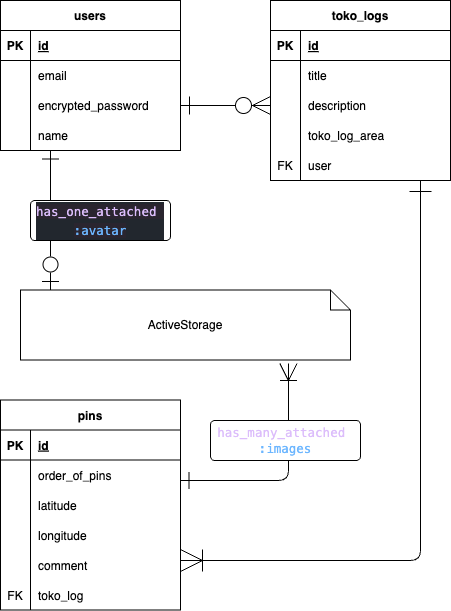
Earlier version of the draw.io export ER.drawio.png (peppei20240408/toko-toko-log). Source tidied: cells renumbered, new cells last; positions are measured from the earlier drawing's top-left corner, leaving out a move shared by most shapes. The source it was exported from:
```xml
<mxGraphModel>
  <root>
    <mxCell id="0" />
    <mxCell id="1" parent="0" />
    <mxCell id="2" value="users" style="shape=table;startSize=30;rowLines=0;fontStyle=1;align=center;" parent="1" vertex="1">
      <mxGeometry width="180" height="150" as="geometry" />
    </mxCell>
    <mxCell id="3" style="shape=tableRow;horizontal=0;startSize=0;swimlaneHead=0;swimlaneBody=0;fillColor=none;top=0;left=0;right=0;bottom=1;" parent="2" vertex="1">
      <mxGeometry y="30" width="180" height="30" as="geometry" />
    </mxCell>
    <mxCell id="4" value="PK" style="shape=partialRectangle;fillColor=none;top=0;left=0;bottom=0;right=0;fontStyle=1;overflow=hidden;" parent="3" vertex="1">
      <mxGeometry width="30" height="30" as="geometry" />
    </mxCell>
    <mxCell id="5" value="id" style="shape=partialRectangle;fillColor=none;top=0;left=0;bottom=0;right=0;align=left;spacingLeft=6;fontStyle=5;overflow=hidden;" parent="3" vertex="1">
      <mxGeometry x="30" width="150" height="30" as="geometry" />
    </mxCell>
    <mxCell id="6" style="shape=tableRow;horizontal=0;startSize=0;swimlaneHead=0;swimlaneBody=0;fillColor=none;top=0;left=0;right=0;bottom=0;" parent="2" vertex="1">
      <mxGeometry y="60" width="180" height="30" as="geometry" />
    </mxCell>
    <mxCell id="7" style="shape=partialRectangle;fillColor=none;top=0;left=0;bottom=0;right=0;overflow=hidden;" parent="6" vertex="1">
      <mxGeometry width="30" height="30" as="geometry" />
    </mxCell>
    <mxCell id="8" value="email" style="shape=partialRectangle;fillColor=none;top=0;left=0;bottom=0;right=0;align=left;spacingLeft=6;overflow=hidden;" parent="6" vertex="1">
      <mxGeometry x="30" width="150" height="30" as="geometry" />
    </mxCell>
    <mxCell id="9" style="shape=tableRow;horizontal=0;startSize=0;swimlaneHead=0;swimlaneBody=0;fillColor=none;points=[[0,0.5],[1,0.5]];portConstraint=eastwest;top=0;left=0;right=0;bottom=0;" parent="2" vertex="1">
      <mxGeometry y="90" width="180" height="30" as="geometry" />
    </mxCell>
    <mxCell id="10" style="shape=partialRectangle;fillColor=none;top=0;left=0;bottom=0;right=0;overflow=hidden;" parent="9" vertex="1">
      <mxGeometry width="30" height="30" as="geometry" />
    </mxCell>
    <mxCell id="11" value="encrypted_password" style="shape=partialRectangle;fillColor=none;top=0;left=0;bottom=0;right=0;align=left;spacingLeft=6;overflow=hidden;" parent="9" vertex="1">
      <mxGeometry x="30" width="150" height="30" as="geometry" />
    </mxCell>
    <mxCell id="12" style="shape=tableRow;horizontal=0;startSize=0;swimlaneHead=0;swimlaneBody=0;fillColor=none;top=0;left=0;right=0;bottom=0;" parent="2" vertex="1">
      <mxGeometry y="120" width="180" height="30" as="geometry" />
    </mxCell>
    <mxCell id="13" style="shape=partialRectangle;fillColor=none;top=0;left=0;bottom=0;right=0;overflow=hidden;" parent="12" vertex="1">
      <mxGeometry width="30" height="30" as="geometry" />
    </mxCell>
    <mxCell id="14" value="name" style="shape=partialRectangle;fillColor=none;top=0;left=0;bottom=0;right=0;align=left;spacingLeft=6;overflow=hidden;" parent="12" vertex="1">
      <mxGeometry x="30" width="150" height="30" as="geometry" />
    </mxCell>
    <mxCell id="15" value="toko_logs" style="shape=table;startSize=30;rowLines=0;fontStyle=1;align=center;" parent="1" vertex="1">
      <mxGeometry x="270" width="180" height="180" as="geometry" />
    </mxCell>
    <mxCell id="16" style="shape=tableRow;horizontal=0;startSize=0;swimlaneHead=0;swimlaneBody=0;fillColor=none;top=0;left=0;right=0;bottom=1;" parent="15" vertex="1">
      <mxGeometry y="30" width="180" height="30" as="geometry" />
    </mxCell>
    <mxCell id="17" value="PK" style="shape=partialRectangle;fillColor=none;top=0;left=0;bottom=0;right=0;fontStyle=1;overflow=hidden;" parent="16" vertex="1">
      <mxGeometry width="30" height="30" as="geometry" />
    </mxCell>
    <mxCell id="18" value="id" style="shape=partialRectangle;fillColor=none;top=0;left=0;bottom=0;right=0;align=left;spacingLeft=6;fontStyle=5;overflow=hidden;" parent="16" vertex="1">
      <mxGeometry x="30" width="150" height="30" as="geometry" />
    </mxCell>
    <mxCell id="19" style="shape=tableRow;horizontal=0;startSize=0;swimlaneHead=0;swimlaneBody=0;fillColor=none;top=0;left=0;right=0;bottom=0;" parent="15" vertex="1">
      <mxGeometry y="60" width="180" height="30" as="geometry" />
    </mxCell>
    <mxCell id="20" style="shape=partialRectangle;fillColor=none;top=0;left=0;bottom=0;right=0;overflow=hidden;" parent="19" vertex="1">
      <mxGeometry width="30" height="30" as="geometry" />
    </mxCell>
    <mxCell id="21" value="title" style="shape=partialRectangle;fillColor=none;top=0;left=0;bottom=0;right=0;align=left;spacingLeft=6;overflow=hidden;" parent="19" vertex="1">
      <mxGeometry x="30" width="150" height="30" as="geometry" />
    </mxCell>
    <mxCell id="22" style="shape=tableRow;horizontal=0;startSize=0;swimlaneHead=0;swimlaneBody=0;fillColor=none;points=[[0,0.5],[1,0.5]];portConstraint=eastwest;top=0;left=0;right=0;bottom=0;" parent="15" vertex="1">
      <mxGeometry y="90" width="180" height="30" as="geometry" />
    </mxCell>
    <mxCell id="23" style="shape=partialRectangle;fillColor=none;top=0;left=0;bottom=0;right=0;overflow=hidden;" parent="22" vertex="1">
      <mxGeometry width="30" height="30" as="geometry" />
    </mxCell>
    <mxCell id="24" value="description" style="shape=partialRectangle;fillColor=none;top=0;left=0;bottom=0;right=0;align=left;spacingLeft=6;overflow=hidden;" parent="22" vertex="1">
      <mxGeometry x="30" width="150" height="30" as="geometry" />
    </mxCell>
    <mxCell id="25" style="shape=tableRow;horizontal=0;startSize=0;swimlaneHead=0;swimlaneBody=0;fillColor=none;top=0;left=0;right=0;bottom=0;" parent="15" vertex="1">
      <mxGeometry y="120" width="180" height="30" as="geometry" />
    </mxCell>
    <mxCell id="26" style="shape=partialRectangle;fillColor=none;top=0;left=0;bottom=0;right=0;overflow=hidden;" parent="25" vertex="1">
      <mxGeometry width="30" height="30" as="geometry" />
    </mxCell>
    <mxCell id="27" value="toko_log_area" style="shape=partialRectangle;fillColor=none;top=0;left=0;bottom=0;right=0;align=left;spacingLeft=6;overflow=hidden;" parent="25" vertex="1">
      <mxGeometry x="30" width="150" height="30" as="geometry" />
    </mxCell>
    <mxCell id="28" style="shape=tableRow;horizontal=0;startSize=0;swimlaneHead=0;swimlaneBody=0;fillColor=none;top=0;left=0;right=0;bottom=0;" parent="15" vertex="1">
      <mxGeometry y="150" width="180" height="30" as="geometry" />
    </mxCell>
    <mxCell id="29" value="FK" style="shape=partialRectangle;fillColor=none;top=0;left=0;bottom=0;right=0;overflow=hidden;" parent="28" vertex="1">
      <mxGeometry width="30" height="30" as="geometry" />
    </mxCell>
    <mxCell id="30" value="user" style="shape=partialRectangle;fillColor=none;top=0;left=0;bottom=0;right=0;align=left;spacingLeft=6;overflow=hidden;" parent="28" vertex="1">
      <mxGeometry x="30" width="150" height="30" as="geometry" />
    </mxCell>
    <mxCell id="31" value="pins" style="shape=table;startSize=30;rowLines=0;fontStyle=1;align=center;" parent="1" vertex="1">
      <mxGeometry y="399.5" width="180" height="210" as="geometry" />
    </mxCell>
    <mxCell id="32" style="shape=tableRow;horizontal=0;startSize=0;swimlaneHead=0;swimlaneBody=0;fillColor=none;top=0;left=0;right=0;bottom=1;" parent="31" vertex="1">
      <mxGeometry y="30" width="180" height="30" as="geometry" />
    </mxCell>
    <mxCell id="33" value="PK" style="shape=partialRectangle;fillColor=none;top=0;left=0;bottom=0;right=0;fontStyle=1;overflow=hidden;" parent="32" vertex="1">
      <mxGeometry width="30" height="30" as="geometry" />
    </mxCell>
    <mxCell id="34" value="id" style="shape=partialRectangle;fillColor=none;top=0;left=0;bottom=0;right=0;align=left;spacingLeft=6;fontStyle=5;overflow=hidden;" parent="32" vertex="1">
      <mxGeometry x="30" width="150" height="30" as="geometry" />
    </mxCell>
    <mxCell id="35" style="shape=tableRow;horizontal=0;startSize=0;swimlaneHead=0;swimlaneBody=0;fillColor=none;top=0;left=0;right=0;bottom=0;" parent="31" vertex="1">
      <mxGeometry y="60" width="180" height="30" as="geometry" />
    </mxCell>
    <mxCell id="36" style="shape=partialRectangle;fillColor=none;top=0;left=0;bottom=0;right=0;overflow=hidden;" parent="35" vertex="1">
      <mxGeometry width="30" height="30" as="geometry" />
    </mxCell>
    <mxCell id="37" value="order_of_pins" style="shape=partialRectangle;fillColor=none;top=0;left=0;bottom=0;right=0;align=left;spacingLeft=6;overflow=hidden;" parent="35" vertex="1">
      <mxGeometry x="30" width="150" height="30" as="geometry" />
    </mxCell>
    <mxCell id="38" style="shape=tableRow;horizontal=0;startSize=0;swimlaneHead=0;swimlaneBody=0;fillColor=none;top=0;left=0;right=0;bottom=0;" parent="31" vertex="1">
      <mxGeometry y="90" width="180" height="30" as="geometry" />
    </mxCell>
    <mxCell id="39" style="shape=partialRectangle;fillColor=none;top=0;left=0;bottom=0;right=0;overflow=hidden;" parent="38" vertex="1">
      <mxGeometry width="30" height="30" as="geometry" />
    </mxCell>
    <mxCell id="40" value="latitude" style="shape=partialRectangle;fillColor=none;top=0;left=0;bottom=0;right=0;align=left;spacingLeft=6;overflow=hidden;" parent="38" vertex="1">
      <mxGeometry x="30" width="150" height="30" as="geometry" />
    </mxCell>
    <mxCell id="41" style="shape=tableRow;horizontal=0;startSize=0;swimlaneHead=0;swimlaneBody=0;fillColor=none;top=0;left=0;right=0;bottom=0;" parent="31" vertex="1">
      <mxGeometry y="120" width="180" height="30" as="geometry" />
    </mxCell>
    <mxCell id="42" style="shape=partialRectangle;fillColor=none;top=0;left=0;bottom=0;right=0;overflow=hidden;" parent="41" vertex="1">
      <mxGeometry width="30" height="30" as="geometry" />
    </mxCell>
    <mxCell id="43" value="longitude" style="shape=partialRectangle;fillColor=none;top=0;left=0;bottom=0;right=0;align=left;spacingLeft=6;overflow=hidden;" parent="41" vertex="1">
      <mxGeometry x="30" width="150" height="30" as="geometry" />
    </mxCell>
    <mxCell id="44" style="shape=tableRow;horizontal=0;startSize=0;swimlaneHead=0;swimlaneBody=0;fillColor=none;top=0;left=0;right=0;bottom=0;" parent="31" vertex="1">
      <mxGeometry y="150" width="180" height="30" as="geometry" />
    </mxCell>
    <mxCell id="45" style="shape=partialRectangle;fillColor=none;top=0;left=0;bottom=0;right=0;overflow=hidden;" parent="44" vertex="1">
      <mxGeometry width="30" height="30" as="geometry" />
    </mxCell>
    <mxCell id="46" value="comment" style="shape=partialRectangle;fillColor=none;top=0;left=0;bottom=0;right=0;align=left;spacingLeft=6;overflow=hidden;" parent="44" vertex="1">
      <mxGeometry x="30" width="150" height="30" as="geometry" />
    </mxCell>
    <mxCell id="47" style="shape=tableRow;horizontal=0;startSize=0;swimlaneHead=0;swimlaneBody=0;fillColor=none;top=0;left=0;right=0;bottom=0;" parent="31" vertex="1">
      <mxGeometry y="180" width="180" height="30" as="geometry" />
    </mxCell>
    <mxCell id="48" value="FK" style="shape=partialRectangle;fillColor=none;top=0;left=0;bottom=0;right=0;overflow=hidden;" parent="47" vertex="1">
      <mxGeometry width="30" height="30" as="geometry" />
    </mxCell>
    <mxCell id="49" value="toko_log" style="shape=partialRectangle;fillColor=none;top=0;left=0;bottom=0;right=0;align=left;spacingLeft=6;overflow=hidden;" parent="47" vertex="1">
      <mxGeometry x="30" width="150" height="30" as="geometry" />
    </mxCell>
    <mxCell id="50" style="edgeStyle=none;html=1;exitX=1;exitY=0.5;exitDx=0;exitDy=0;entryX=0;entryY=0.5;entryDx=0;entryDy=0;startArrow=ERone;startFill=0;endArrow=ERzeroToMany;endFill=0;startSize=16;endSize=16;" parent="1" edge="1" source="9" target="22">
      <mxGeometry relative="1" as="geometry" />
    </mxCell>
    <mxCell id="51" style="edgeStyle=none;html=1;startArrow=ERone;startFill=0;endArrow=ERoneToMany;endFill=0;startSize=20;endSize=20;" parent="1" edge="1">
      <mxGeometry relative="1" as="geometry">
        <mxPoint x="420" y="180" as="sourcePoint" />
        <mxPoint x="180" y="560" as="targetPoint" />
        <Array as="points">
          <mxPoint x="420" y="560" />
        </Array>
      </mxGeometry>
    </mxCell>
    <mxCell id="52" value="ActiveStorage" style="shape=note;size=20;whiteSpace=wrap;html=1;" parent="1" vertex="1">
      <mxGeometry x="20" y="289.5" width="330" height="70" as="geometry" />
    </mxCell>
    <mxCell id="53" style="edgeStyle=none;html=1;entryX=0.812;entryY=1.05;entryDx=0;entryDy=0;entryPerimeter=0;endSize=15;startSize=15;startArrow=ERone;startFill=0;endArrow=ERoneToMany;endFill=0;" parent="1" edge="1" target="52">
      <mxGeometry relative="1" as="geometry">
        <mxPoint x="180" y="480" as="sourcePoint" />
        <Array as="points">
          <mxPoint x="288" y="480" />
        </Array>
      </mxGeometry>
    </mxCell>
    <mxCell id="54" value="&lt;span style=&quot;font-family: Menlo, Monaco, &amp;quot;Courier New&amp;quot;, monospace; font-size: 12.5px; color: rgb(220, 189, 251);&quot;&gt;has_many_attached&amp;nbsp;&lt;br&gt;&lt;/span&gt;&lt;span style=&quot;font-family: Menlo, Monaco, &amp;quot;Courier New&amp;quot;, monospace; font-size: 12.5px; color: rgb(108, 182, 255);&quot;&gt;:images&lt;/span&gt;" style="rounded=1;arcSize=10;whiteSpace=wrap;html=1;align=center;fillColor=default;" parent="1" vertex="1">
      <mxGeometry x="210" y="420" width="150" height="40" as="geometry" />
    </mxCell>
    <mxCell id="55" style="edgeStyle=none;html=1;entryX=0.091;entryY=0;entryDx=0;entryDy=0;entryPerimeter=0;startArrow=ERone;startFill=0;endArrow=ERzeroToOne;endFill=0;startSize=15;endSize=15;" parent="1" edge="1" target="52">
      <mxGeometry relative="1" as="geometry">
        <mxPoint x="50" y="150" as="sourcePoint" />
      </mxGeometry>
    </mxCell>
    <mxCell id="56" value="&lt;div style=&quot;color: rgb(173, 186, 199); background-color: rgb(34, 39, 46); font-family: Menlo, Monaco, &amp;quot;Courier New&amp;quot;, monospace; font-size: 12.5px; line-height: 19px;&quot;&gt;&lt;span style=&quot;background-color: rgb(42, 37, 47); color: rgb(220, 189, 251);&quot;&gt;has_one_attached&amp;nbsp;&lt;/span&gt;&lt;/div&gt;&lt;div style=&quot;color: rgb(173, 186, 199); background-color: rgb(34, 39, 46); font-family: Menlo, Monaco, &amp;quot;Courier New&amp;quot;, monospace; font-size: 12.5px; line-height: 19px;&quot;&gt;&lt;span style=&quot;background-color: rgb(42, 37, 47); color: rgb(108, 182, 255);&quot;&gt;:avatar&lt;/span&gt;&lt;br&gt;&lt;/div&gt;" style="rounded=1;arcSize=10;whiteSpace=wrap;html=1;align=center;fillColor=default;" parent="1" vertex="1">
      <mxGeometry x="30" y="200" width="140" height="40" as="geometry" />
    </mxCell>
  </root>
</mxGraphModel>
```
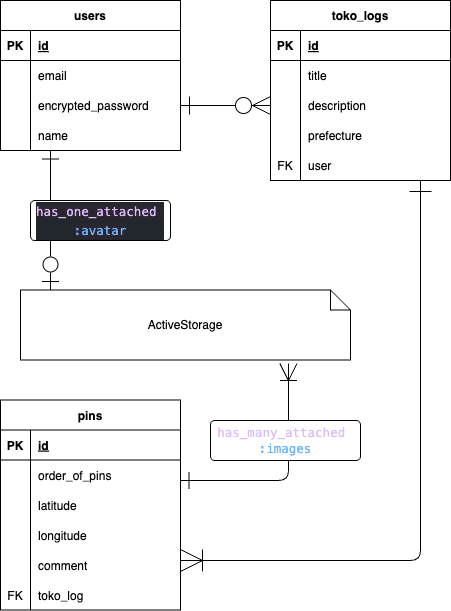
Later version of the same file.

The edit, as a diff of the source:
```diff
@@ -77,7 +77,7 @@
     <mxCell id="26" style="shape=partialRectangle;fillColor=none;top=0;left=0;bottom=0;right=0;overflow=hidden;" parent="25" vertex="1">
       <mxGeometry width="30" height="30" as="geometry" />
     </mxCell>
-    <mxCell id="27" value="toko_log_area" style="shape=partialRectangle;fillColor=none;top=0;left=0;bottom=0;right=0;align=left;spacingLeft=6;overflow=hidden;" parent="25" vertex="1">
+    <mxCell id="27" value="prefecture" style="shape=partialRectangle;fillColor=none;top=0;left=0;bottom=0;right=0;align=left;spacingLeft=6;overflow=hidden;" parent="25" vertex="1">
       <mxGeometry x="30" width="150" height="30" as="geometry" />
     </mxCell>
     <mxCell id="28" style="shape=tableRow;horizontal=0;startSize=0;swimlaneHead=0;swimlaneBody=0;fillColor=none;top=0;left=0;right=0;bottom=0;" parent="15" vertex="1">
```
